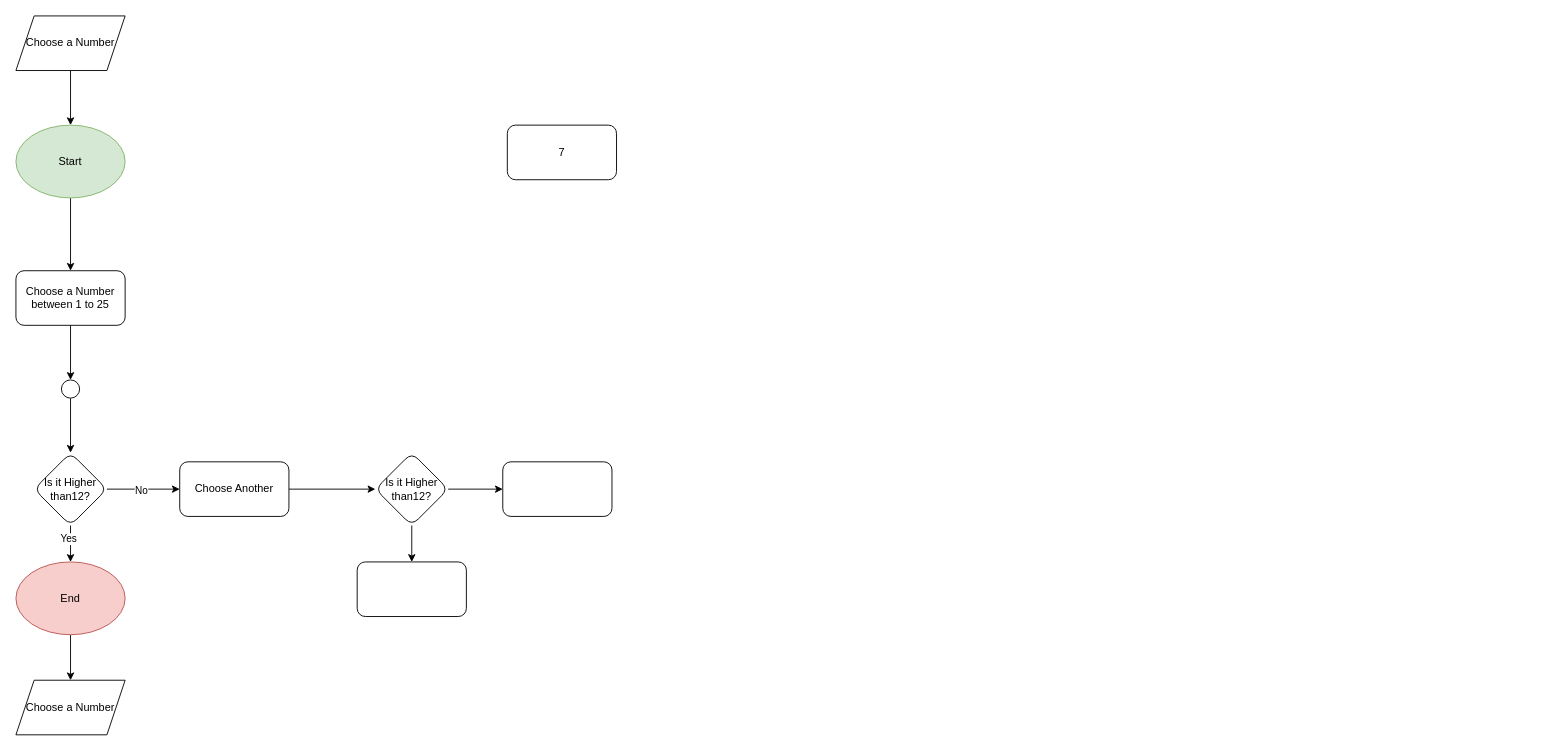
Above: Binary Search Process Diagram.drawio in matkiai/me_and_myself (draw.io), before the change. Source tidied: cells renumbered, new cells numbered last; positions are measured from the earlier drawing's top-left corner, leaving out a move shared by most shapes. Both pictures are drawn from the tidied source at 91%, with x=0, y=0 at pixel (15, 15).
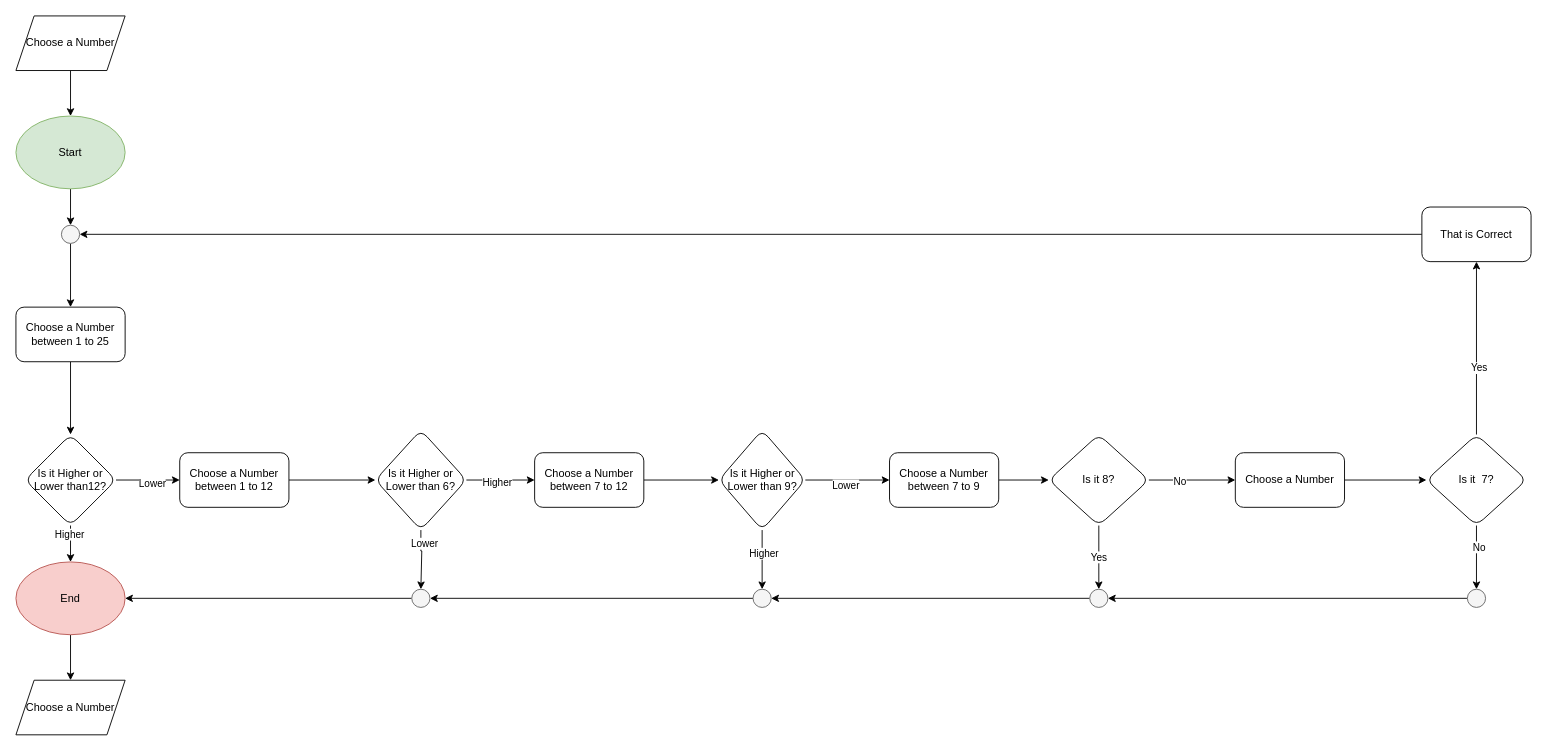
After the change.

Unchanged cells that the change refers to:
```xml
<mxCell id="8" value="End" style="ellipse;whiteSpace=wrap;html=1;fillColor=#f8cecc;strokeColor=#b85450;" parent="1" vertex="1">
  <mxGeometry y="600" width="120" height="80" as="geometry" />
</mxCell>
<mxCell id="11" style="edgeStyle=orthogonalEdgeStyle;rounded=0;jettySize=auto;html=1;" parent="1" edge="1" source="15" target="17">
  <mxGeometry relative="1" as="geometry" />
</mxCell>
<mxCell id="13" style="edgeStyle=orthogonalEdgeStyle;rounded=0;jettySize=auto;html=1;entryX=0.5;entryY=0;entryDx=0;entryDy=0;" parent="1" edge="1" source="15" target="8">
  <mxGeometry relative="1" as="geometry" />
</mxCell>
```

Diff of the diagram source:
```diff
@@
-    <mxCell id="2" style="edgeStyle=orthogonalEdgeStyle;rounded=0;jettySize=auto;html=1;" parent="1" edge="1" source="3" target="5">
-      <mxGeometry relative="1" as="geometry" />
-    </mxCell>
+    <mxCell id="26" style="edgeStyle=orthogonalEdgeStyle;rounded=0;jettySize=auto;html=1;" parent="1" edge="1" source="3" target="64">
+      <mxGeometry relative="1" as="geometry" />
+    </mxCell>
     <mxCell id="3" value="Start" style="ellipse;whiteSpace=wrap;html=1;fillColor=#d5e8d4;strokeColor=#82b366;" parent="1" vertex="1">
-      <mxGeometry y="120" width="120" height="80" as="geometry" />
+      <mxGeometry y="110" width="120" height="80" as="geometry" />
     </mxCell>
-    <mxCell id="4" style="edgeStyle=orthogonalEdgeStyle;rounded=0;jettySize=auto;html=1;" parent="1" edge="1" source="5" target="10">
-      <mxGeometry relative="1" as="geometry" />
-    </mxCell>
+    <mxCell id="27" style="edgeStyle=orthogonalEdgeStyle;rounded=0;jettySize=auto;html=1;" parent="1" edge="1" source="5" target="15">
+      <mxGeometry relative="1" as="geometry" />
+    </mxCell>
     <mxCell id="5" value="Choose a Number between 1 to 25" style="rounded=1;whiteSpace=wrap;html=1;" parent="1" vertex="1">
-      <mxGeometry y="280" width="120" height="60" as="geometry" />
+      <mxGeometry y="320" width="120" height="60" as="geometry" />
     </mxCell>
-    <mxCell id="6" value="7" style="rounded=1;whiteSpace=wrap;html=1;" parent="1" vertex="1">
-      <mxGeometry x="540" y="120" width="120" height="60" as="geometry" />
-    </mxCell>
@@
-    <mxCell id="9" style="edgeStyle=orthogonalEdgeStyle;rounded=0;jettySize=auto;html=1;" parent="1" edge="1" source="10" target="15">
-      <mxGeometry relative="1" as="geometry" />
-    </mxCell>
-    <mxCell id="10" style="ellipse;whiteSpace=wrap;html=1;rounded=1;" parent="1" vertex="1">
-      <mxGeometry x="50" y="400" width="20" height="20" as="geometry" />
-    </mxCell>
@@
-    <mxCell id="12" value="No" style="edgeLabel;html=1;align=center;verticalAlign=middle;" parent="11" vertex="1">
-      <mxGeometry x="-0.07" y="-1" relative="1" as="geometry" />
-    </mxCell>
+    <mxCell id="28" value="Lower" style="edgeLabel;html=1;align=center;verticalAlign=middle;" parent="11" vertex="1">
+      <mxGeometry x="0.1" y="-3" relative="1" as="geometry" />
+    </mxCell>
@@
-    <mxCell id="14" value="Yes" style="edgeLabel;html=1;align=center;verticalAlign=middle;" parent="13" vertex="1">
-      <mxGeometry x="-0.29" y="-3" relative="1" as="geometry" />
-    </mxCell>
+    <mxCell id="29" value="Higher" style="edgeLabel;html=1;align=center;verticalAlign=middle;" parent="13" vertex="1">
+      <mxGeometry x="-0.55" y="-2" relative="1" as="geometry" />
+    </mxCell>
-    <mxCell id="15" value="Is it Higher than12?" style="rhombus;whiteSpace=wrap;html=1;rounded=1;" parent="1" vertex="1">
-      <mxGeometry x="20" y="480" width="80" height="80" as="geometry" />
+    <mxCell id="15" value="Is it Higher or Lower than12?" style="rhombus;whiteSpace=wrap;html=1;rounded=1;" parent="1" vertex="1">
+      <mxGeometry x="10" y="460" width="100" height="100" as="geometry" />
     </mxCell>
-    <mxCell id="16" style="edgeStyle=orthogonalEdgeStyle;rounded=0;jettySize=auto;html=1;" parent="1" edge="1" source="17" target="20">
-      <mxGeometry relative="1" as="geometry" />
-    </mxCell>
+    <mxCell id="30" style="edgeStyle=orthogonalEdgeStyle;rounded=0;jettySize=auto;html=1;" parent="1" edge="1" source="17" target="35">
+      <mxGeometry relative="1" as="geometry" />
+    </mxCell>
-    <mxCell id="17" value="Choose Another" style="whiteSpace=wrap;html=1;rounded=1;" parent="1" vertex="1">
-      <mxGeometry x="180" y="490" width="120" height="60" as="geometry" />
+    <mxCell id="17" value="Choose a Number between 1 to 12" style="whiteSpace=wrap;html=1;rounded=1;" parent="1" vertex="1">
+      <mxGeometry x="180" y="480" width="120" height="60" as="geometry" />
     </mxCell>
-    <mxCell id="18" style="edgeStyle=orthogonalEdgeStyle;rounded=0;jettySize=auto;html=1;" parent="1" edge="1" source="20" target="24">
-      <mxGeometry relative="1" as="geometry" />
-    </mxCell>
-    <mxCell id="19" style="edgeStyle=orthogonalEdgeStyle;rounded=0;jettySize=auto;html=1;" parent="1" edge="1" source="20" target="25">
-      <mxGeometry relative="1" as="geometry" />
-    </mxCell>
-    <mxCell id="20" value="Is it Higher than12?" style="rhombus;whiteSpace=wrap;html=1;rounded=1;" parent="1" vertex="1">
-      <mxGeometry x="395" y="480" width="80" height="80" as="geometry" />
-    </mxCell>
@@
-    <mxCell id="24" style="whiteSpace=wrap;html=1;rounded=1;" parent="1" vertex="1">
-      <mxGeometry x="375" y="600" width="120" height="60" as="geometry" />
-    </mxCell>
-    <mxCell id="25" style="whiteSpace=wrap;html=1;rounded=1;" parent="1" vertex="1">
-      <mxGeometry x="535" y="490" width="120" height="60" as="geometry" />
-    </mxCell>
+    <mxCell id="31" style="edgeStyle=orthogonalEdgeStyle;rounded=0;jettySize=auto;html=1;" parent="1" edge="1" source="35" target="37">
+      <mxGeometry relative="1" as="geometry" />
+    </mxCell>
+    <mxCell id="32" value="Higher" style="edgeLabel;html=1;align=center;verticalAlign=middle;" parent="31" vertex="1">
+      <mxGeometry x="-0.12" y="-2" relative="1" as="geometry" />
+    </mxCell>
+    <mxCell id="33" style="edgeStyle=orthogonalEdgeStyle;rounded=0;jettySize=auto;html=1;entryX=0.5;entryY=0;entryDx=0;entryDy=0;" parent="1" edge="1" source="35" target="44">
+      <mxGeometry relative="1" as="geometry">
+        <Array as="points">
+          <mxPoint x="445" y="588" />
+          <mxPoint x="446" y="588" />
+        </Array>
+      </mxGeometry>
+    </mxCell>
+    <mxCell id="34" value="Lower" style="edgeLabel;html=1;align=center;verticalAlign=middle;" parent="33" vertex="1">
+      <mxGeometry x="-0.57" y="3" relative="1" as="geometry" />
+    </mxCell>
+    <mxCell id="35" value="Is it Higher or Lower than 6?" style="rhombus;whiteSpace=wrap;html=1;rounded=1;" parent="1" vertex="1">
+      <mxGeometry x="395" y="455" width="100" height="110" as="geometry" />
+    </mxCell>
+    <mxCell id="36" style="edgeStyle=orthogonalEdgeStyle;rounded=0;jettySize=auto;html=1;" parent="1" edge="1" source="37" target="43">
+      <mxGeometry relative="1" as="geometry" />
+    </mxCell>
+    <mxCell id="37" value="Choose a Number between 7 to 12" style="whiteSpace=wrap;html=1;rounded=1;" parent="1" vertex="1">
+      <mxGeometry x="570" y="480" width="120" height="60" as="geometry" />
+    </mxCell>
+    <mxCell id="38" style="edgeStyle=orthogonalEdgeStyle;rounded=0;jettySize=auto;html=1;exitX=0;exitY=0.5;exitDx=0;exitDy=0;" parent="1" edge="1" source="44" target="8">
+      <mxGeometry relative="1" as="geometry" />
+    </mxCell>
+    <mxCell id="39" style="edgeStyle=orthogonalEdgeStyle;rounded=0;jettySize=auto;html=1;entryX=0.5;entryY=0;entryDx=0;entryDy=0;" parent="1" edge="1" source="43" target="48">
+      <mxGeometry relative="1" as="geometry" />
+    </mxCell>
+    <mxCell id="40" value="Higher" style="edgeLabel;html=1;align=center;verticalAlign=middle;" parent="39" vertex="1">
+      <mxGeometry x="-0.24" y="1" relative="1" as="geometry" />
+    </mxCell>
+    <mxCell id="41" style="edgeStyle=orthogonalEdgeStyle;rounded=0;jettySize=auto;html=1;" parent="1" edge="1" source="43" target="46">
+      <mxGeometry relative="1" as="geometry" />
+    </mxCell>
+    <mxCell id="42" value="Lower" style="edgeLabel;html=1;align=center;verticalAlign=middle;" parent="41" vertex="1">
+      <mxGeometry x="-0.05" y="-5" relative="1" as="geometry" />
+    </mxCell>
+    <mxCell id="43" value="Is it Higher or Lower than 9?" style="rhombus;whiteSpace=wrap;html=1;rounded=1;" parent="1" vertex="1">
+      <mxGeometry x="772.5" y="455" width="95" height="110" as="geometry" />
+    </mxCell>
+    <mxCell id="44" style="ellipse;whiteSpace=wrap;html=1;rounded=1;fillColor=#f5f5f5;fontColor=#333333;strokeColor=#666666;" parent="1" vertex="1">
+      <mxGeometry x="435" y="630" width="20" height="20" as="geometry" />
+    </mxCell>
+    <mxCell id="45" style="edgeStyle=orthogonalEdgeStyle;rounded=0;jettySize=auto;html=1;" parent="1" edge="1" source="46" target="52">
+      <mxGeometry relative="1" as="geometry" />
+    </mxCell>
+    <mxCell id="46" value="Choose a Number between 7 to 9" style="whiteSpace=wrap;html=1;rounded=1;" parent="1" vertex="1">
+      <mxGeometry x="960" y="480" width="120" height="60" as="geometry" />
+    </mxCell>
+    <mxCell id="47" style="edgeStyle=orthogonalEdgeStyle;rounded=0;jettySize=auto;html=1;" parent="1" edge="1" source="48" target="44">
+      <mxGeometry relative="1" as="geometry" />
+    </mxCell>
+    <mxCell id="48" style="ellipse;whiteSpace=wrap;html=1;rounded=1;fillColor=#f5f5f5;fontColor=#333333;strokeColor=#666666;" parent="1" vertex="1">
+      <mxGeometry x="810" y="630" width="20" height="20" as="geometry" />
+    </mxCell>
+    <mxCell id="49" value="Yes" style="edgeStyle=orthogonalEdgeStyle;rounded=0;jettySize=auto;html=1;" parent="1" edge="1" source="52" target="54">
+      <mxGeometry relative="1" as="geometry" />
+    </mxCell>
+    <mxCell id="50" style="edgeStyle=orthogonalEdgeStyle;rounded=0;jettySize=auto;html=1;" parent="1" edge="1" source="52" target="62">
+      <mxGeometry relative="1" as="geometry" />
+    </mxCell>
+    <mxCell id="51" value="No" style="edgeLabel;html=1;align=center;verticalAlign=middle;" parent="50" vertex="1">
+      <mxGeometry x="-0.3" y="-1" relative="1" as="geometry" />
+    </mxCell>
+    <mxCell id="52" value="Is it 8?" style="rhombus;whiteSpace=wrap;html=1;rounded=1;" parent="1" vertex="1">
+      <mxGeometry x="1135" y="460" width="110" height="100" as="geometry" />
+    </mxCell>
+    <mxCell id="53" style="edgeStyle=orthogonalEdgeStyle;rounded=0;jettySize=auto;html=1;" parent="1" edge="1" source="54" target="48">
+      <mxGeometry relative="1" as="geometry" />
+    </mxCell>
+    <mxCell id="54" style="ellipse;whiteSpace=wrap;html=1;rounded=1;fillColor=#f5f5f5;fontColor=#333333;strokeColor=#666666;" parent="1" vertex="1">
+      <mxGeometry x="1180" y="630" width="20" height="20" as="geometry" />
+    </mxCell>
+    <mxCell id="55" style="edgeStyle=orthogonalEdgeStyle;rounded=0;jettySize=auto;html=1;" parent="1" edge="1" source="58" target="60">
+      <mxGeometry relative="1" as="geometry" />
+    </mxCell>
+    <mxCell id="14" value="Yes" style="edgeLabel;html=1;align=center;verticalAlign=middle;" parent="55" vertex="1">
+      <mxGeometry x="-0.22" y="-2" relative="1" as="geometry" />
+    </mxCell>
+    <mxCell id="56" style="edgeStyle=orthogonalEdgeStyle;rounded=0;jettySize=auto;html=1;" parent="1" edge="1" source="58" target="66">
+      <mxGeometry relative="1" as="geometry" />
+    </mxCell>
+    <mxCell id="57" value="No" style="edgeLabel;html=1;align=center;verticalAlign=middle;" parent="56" vertex="1">
+      <mxGeometry x="-0.34" y="2" relative="1" as="geometry" />
+    </mxCell>
+    <mxCell id="58" value="Is it&amp;nbsp; 7?" style="rhombus;whiteSpace=wrap;html=1;rounded=1;" parent="1" vertex="1">
+      <mxGeometry x="1550" y="460" width="110" height="100" as="geometry" />
+    </mxCell>
+    <mxCell id="59" style="edgeStyle=orthogonalEdgeStyle;rounded=0;jettySize=auto;html=1;" parent="1" edge="1" source="60" target="64">
+      <mxGeometry relative="1" as="geometry" />
+    </mxCell>
+    <mxCell id="60" value="That is Correct" style="whiteSpace=wrap;html=1;rounded=1;" parent="1" vertex="1">
+      <mxGeometry x="1545" y="210" width="120" height="60" as="geometry" />
+    </mxCell>
+    <mxCell id="61" style="edgeStyle=orthogonalEdgeStyle;rounded=0;jettySize=auto;html=1;" parent="1" edge="1" source="62" target="58">
+      <mxGeometry relative="1" as="geometry" />
+    </mxCell>
+    <mxCell id="62" value="Choose a Number " style="whiteSpace=wrap;html=1;rounded=1;" parent="1" vertex="1">
+      <mxGeometry x="1340" y="480" width="120" height="60" as="geometry" />
+    </mxCell>
+    <mxCell id="63" style="edgeStyle=orthogonalEdgeStyle;rounded=0;jettySize=auto;html=1;" parent="1" edge="1" source="64" target="5">
+      <mxGeometry relative="1" as="geometry" />
+    </mxCell>
+    <mxCell id="64" style="ellipse;whiteSpace=wrap;html=1;rounded=1;fillColor=#f5f5f5;fontColor=#333333;strokeColor=#666666;" parent="1" vertex="1">
+      <mxGeometry x="50" y="230" width="20" height="20" as="geometry" />
+    </mxCell>
+    <mxCell id="65" style="edgeStyle=orthogonalEdgeStyle;rounded=0;jettySize=auto;html=1;" parent="1" edge="1" source="66" target="54">
+      <mxGeometry relative="1" as="geometry" />
+    </mxCell>
+    <mxCell id="66" style="ellipse;whiteSpace=wrap;html=1;rounded=1;fillColor=#f5f5f5;fontColor=#333333;strokeColor=#666666;" parent="1" vertex="1">
+      <mxGeometry x="1595" y="630" width="20" height="20" as="geometry" />
+    </mxCell>
```
